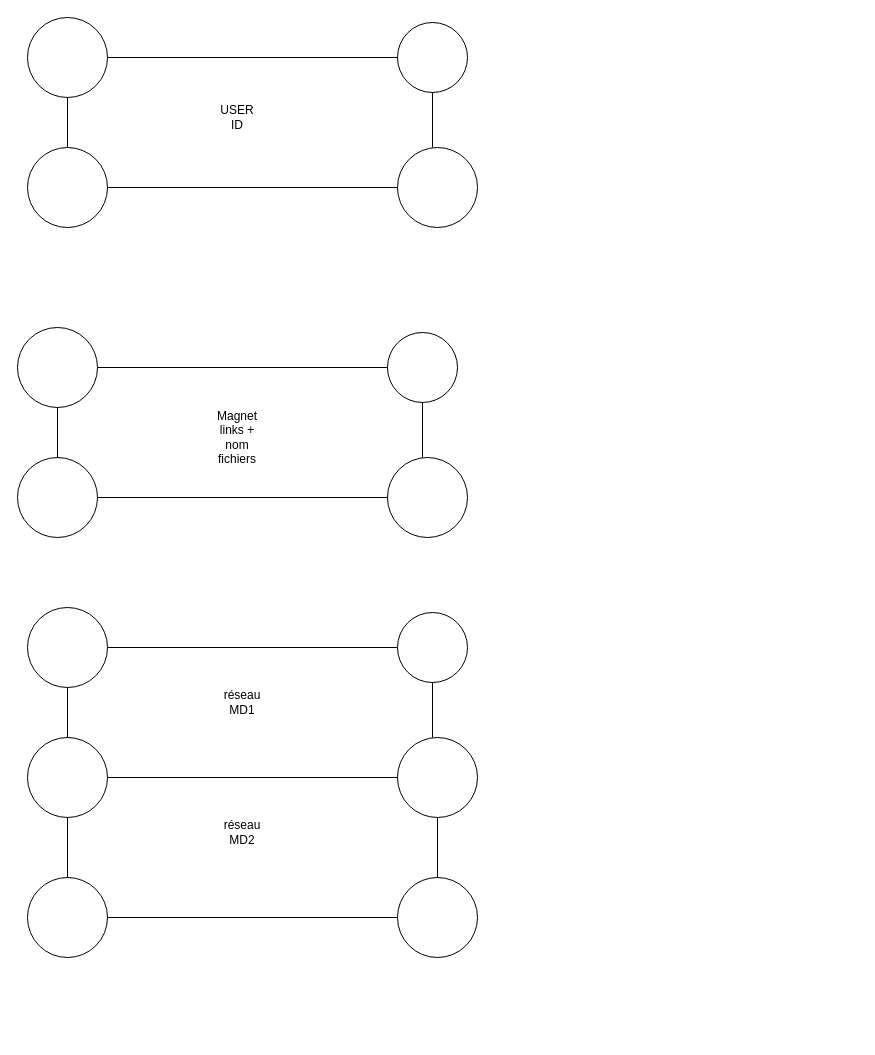
The draw.io diagram Untitled Diagram.drawio in xYokilyoksx/SimpleBlogMVC, before the edit. Source tidied: cells renumbered, new cells numbered last; positions are measured from the earlier drawing's top-left corner, leaving out a move shared by most shapes. Both pictures are drawn from the tidied source at 100%, with x=0, y=0 at pixel (17, 17).
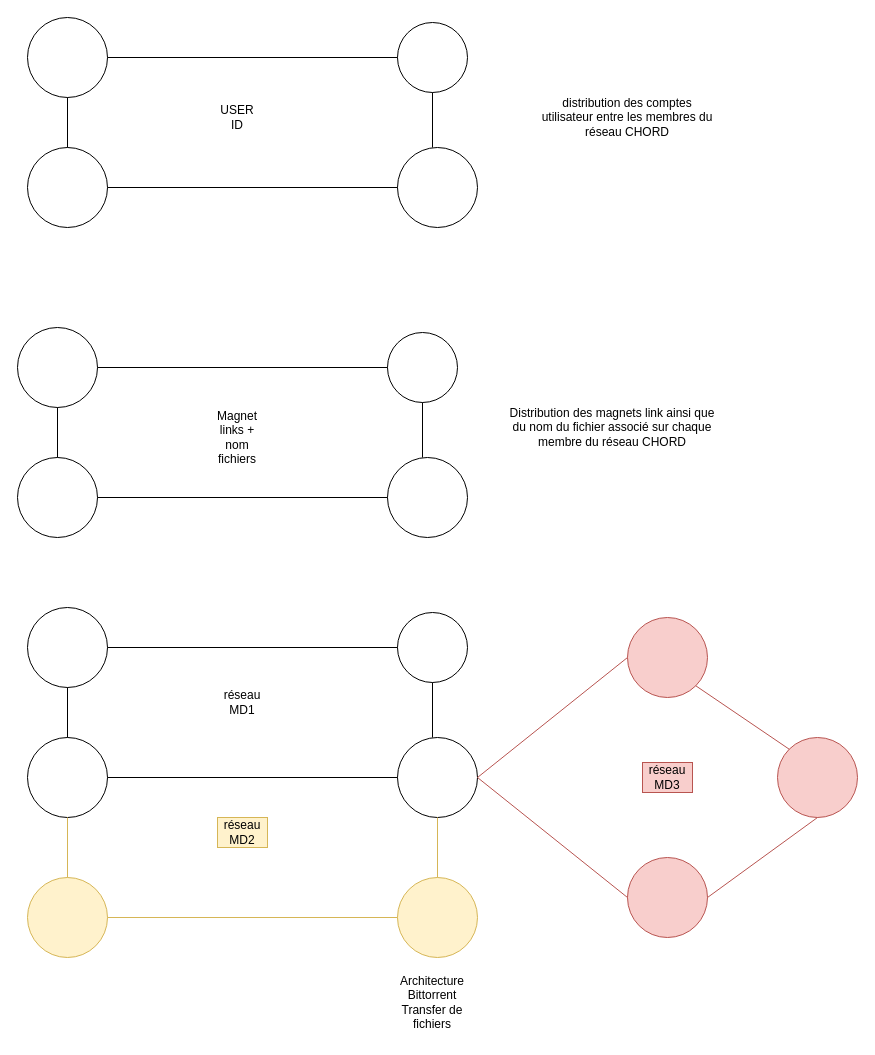
After the change.

The change refers to these unchanged cells:
```xml
<mxCell id="21" style="ellipse;whiteSpace=wrap;html=1;" parent="1" vertex="1">
  <mxGeometry x="10" y="720" width="80" height="80" as="geometry" />
</mxCell>
<mxCell id="22" style="ellipse;whiteSpace=wrap;html=1;" parent="1" vertex="1">
  <mxGeometry x="380" y="720" width="80" height="80" as="geometry" />
</mxCell>
```

Change to the diagram source:
```diff
@@
-    <mxCell id="28" style="ellipse;whiteSpace=wrap;html=1;" parent="1" vertex="1">
+    <mxCell id="28" style="ellipse;whiteSpace=wrap;html=1;fillColor=#fff2cc;strokeColor=#d6b656;" parent="1" vertex="1">
       <mxGeometry x="10" y="860" width="80" height="80" as="geometry" />
     </mxCell>
-    <mxCell id="29" style="endArrow=none;html=1;exitX=0.5;exitY=0;exitDx=0;exitDy=0;entryX=0.5;entryY=1;entryDx=0;entryDy=0;" parent="1" edge="1" source="28" target="21">
+    <mxCell id="29" style="endArrow=none;html=1;exitX=0.5;exitY=0;exitDx=0;exitDy=0;entryX=0.5;entryY=1;entryDx=0;entryDy=0;fillColor=#fff2cc;strokeColor=#d6b656;" parent="1" edge="1" source="28" target="21">
       <mxGeometry relative="1" as="geometry" />
     </mxCell>
-    <mxCell id="30" style="ellipse;whiteSpace=wrap;html=1;" parent="1" vertex="1">
+    <mxCell id="30" style="ellipse;whiteSpace=wrap;html=1;fillColor=#fff2cc;strokeColor=#d6b656;" parent="1" vertex="1">
       <mxGeometry x="380" y="860" width="80" height="80" as="geometry" />
     </mxCell>
-    <mxCell id="31" style="endArrow=none;html=1;exitX=1;exitY=0.5;exitDx=0;exitDy=0;entryX=0;entryY=0.5;entryDx=0;entryDy=0;" parent="1" edge="1" source="28" target="30">
+    <mxCell id="31" style="endArrow=none;html=1;exitX=1;exitY=0.5;exitDx=0;exitDy=0;entryX=0;entryY=0.5;entryDx=0;entryDy=0;fillColor=#fff2cc;strokeColor=#d6b656;" parent="1" edge="1" source="28" target="30">
       <mxGeometry relative="1" as="geometry" />
     </mxCell>
-    <mxCell id="32" style="endArrow=none;html=1;exitX=0.5;exitY=0;exitDx=0;exitDy=0;entryX=0.5;entryY=1;entryDx=0;entryDy=0;" parent="1" edge="1" source="30" target="22">
+    <mxCell id="32" style="endArrow=none;html=1;exitX=0.5;exitY=0;exitDx=0;exitDy=0;entryX=0.5;entryY=1;entryDx=0;entryDy=0;fillColor=#fff2cc;strokeColor=#d6b656;" parent="1" edge="1" source="30" target="22">
       <mxGeometry relative="1" as="geometry" />
     </mxCell>
@@
-    <mxCell id="34" value="réseau MD2" style="text;html=1;strokeColor=none;fillColor=none;align=center;verticalAlign=middle;whiteSpace=wrap;rounded=0;" parent="1" vertex="1">
+    <mxCell id="34" value="réseau MD2" style="text;html=1;strokeColor=#d6b656;fillColor=#fff2cc;align=center;verticalAlign=middle;whiteSpace=wrap;rounded=0;" parent="1" vertex="1">
       <mxGeometry x="200" y="800" width="50" height="30" as="geometry" />
     </mxCell>
+    <mxCell id="35" style="ellipse;whiteSpace=wrap;html=1;fillColor=#f8cecc;strokeColor=#b85450;" parent="1" vertex="1">
+      <mxGeometry x="610" y="600" width="80" height="80" as="geometry" />
+    </mxCell>
+    <mxCell id="36" style="ellipse;whiteSpace=wrap;html=1;fillColor=#f8cecc;strokeColor=#b85450;" parent="1" vertex="1">
+      <mxGeometry x="610" y="840" width="80" height="80" as="geometry" />
+    </mxCell>
+    <mxCell id="37" style="ellipse;whiteSpace=wrap;html=1;fillColor=#f8cecc;strokeColor=#b85450;" parent="1" vertex="1">
+      <mxGeometry x="760" y="720" width="80" height="80" as="geometry" />
+    </mxCell>
+    <mxCell id="38" style="endArrow=none;html=1;entryX=0;entryY=0.5;entryDx=0;entryDy=0;exitX=1;exitY=0.5;exitDx=0;exitDy=0;fillColor=#f8cecc;strokeColor=#b85450;" parent="1" edge="1" source="22" target="35">
+      <mxGeometry relative="1" as="geometry" />
+    </mxCell>
+    <mxCell id="39" style="endArrow=none;html=1;entryX=0.5;entryY=1;entryDx=0;entryDy=0;exitX=1;exitY=0.5;exitDx=0;exitDy=0;fillColor=#f8cecc;strokeColor=#b85450;" parent="1" edge="1" source="36" target="37">
+      <mxGeometry relative="1" as="geometry" />
+    </mxCell>
+    <mxCell id="40" style="endArrow=none;html=1;entryX=1;entryY=1;entryDx=0;entryDy=0;exitX=0;exitY=0;exitDx=0;exitDy=0;fillColor=#f8cecc;strokeColor=#b85450;" parent="1" edge="1" source="37" target="35">
+      <mxGeometry relative="1" as="geometry" />
+    </mxCell>
+    <mxCell id="41" style="endArrow=none;html=1;entryX=0;entryY=0.5;entryDx=0;entryDy=0;exitX=1;exitY=0.5;exitDx=0;exitDy=0;fillColor=#f8cecc;strokeColor=#b85450;" parent="1" edge="1" source="22" target="36">
+      <mxGeometry relative="1" as="geometry" />
+    </mxCell>
+    <mxCell id="42" value="réseau MD3" style="text;html=1;strokeColor=#b85450;fillColor=#f8cecc;align=center;verticalAlign=middle;whiteSpace=wrap;rounded=0;" parent="1" vertex="1">
+      <mxGeometry x="625" y="745" width="50" height="30" as="geometry" />
+    </mxCell>
+    <mxCell id="43" value="Architecture Bittorrent&lt;br&gt;Transfer de fichiers" style="text;html=1;strokeColor=none;fillColor=none;align=center;verticalAlign=middle;whiteSpace=wrap;rounded=0;" parent="1" vertex="1">
+      <mxGeometry x="365" y="950" width="100" height="70" as="geometry" />
+    </mxCell>
+    <mxCell id="44" value="distribution des comptes utilisateur entre les membres du réseau CHORD" style="text;html=1;strokeColor=none;fillColor=none;align=center;verticalAlign=middle;whiteSpace=wrap;rounded=0;" parent="1" vertex="1">
+      <mxGeometry x="520" y="60" width="180" height="80" as="geometry" />
+    </mxCell>
+    <mxCell id="45" value="Distribution des magnets link ainsi que du nom du fichier associé sur chaque membre du réseau CHORD" style="text;html=1;strokeColor=none;fillColor=none;align=center;verticalAlign=middle;whiteSpace=wrap;rounded=0;" parent="1" vertex="1">
+      <mxGeometry x="490" y="390" width="210" height="40" as="geometry" />
+    </mxCell>
```
